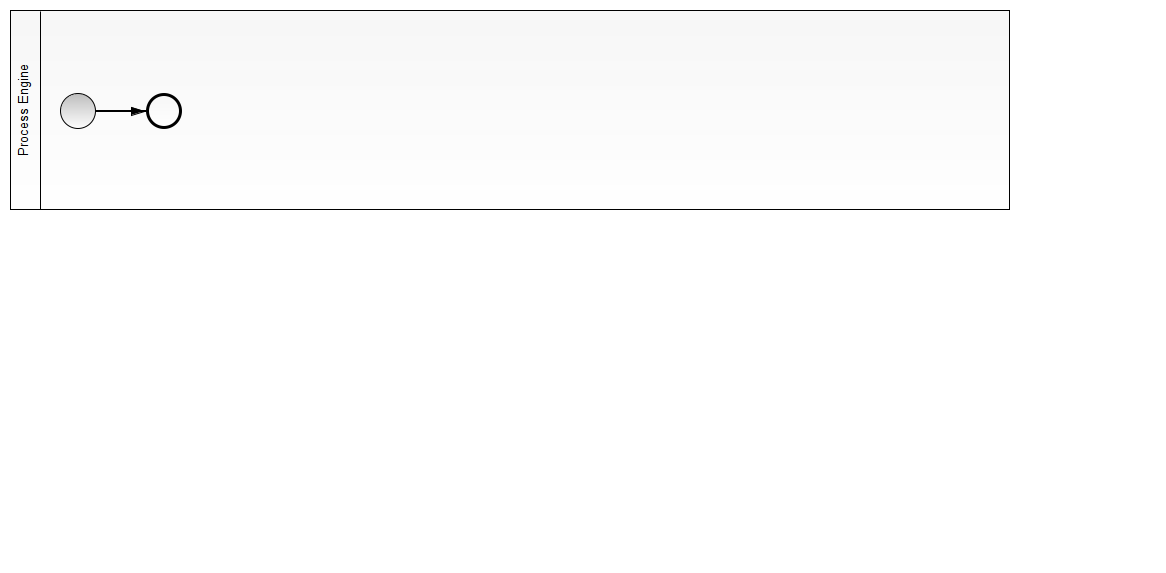
Earlier version of the BPMN export snippets/twitter-qa/src/main/resources/process.png (camunda-consulting/camunda-7-code-examples). Its source is kept beside it as snippets/twitter-qa/src/main/resources/process.bpmn. Ids are renumbered. Its diagram source:
```xml
<bpmn2:definitions xmlns:xsi="http://www.w3.org/2001/XMLSchema-instance" xmlns:bpmn2="http://www.omg.org/spec/BPMN/20100524/MODEL" xmlns:bpmndi="http://www.omg.org/spec/BPMN/20100524/DI" xmlns:camunda="http://activiti.org/bpmn" xmlns:dc="http://www.omg.org/spec/DD/20100524/DC" xmlns:di="http://www.omg.org/spec/DD/20100524/DI" xsi:schemaLocation="http://www.omg.org/spec/BPMN/20100524/MODEL BPMN20.xsd" id="Definitions_1" exporter="camunda modeler" exporterVersion="2.7.0" targetNamespace="http://www.example.org/bpmn">
  <bpmn2:collaboration id="Collaboration_1" name="Default Collaboration">
    <bpmn2:participant id="Process_Engine" name="Process Engine" processRef="twitter-qa"/>
  </bpmn2:collaboration>
  <bpmn2:process id="twitter-qa" name="twitter-qa" isExecutable="true">
    <bpmn2:startEvent id="StartEvent_1" name="Tweet written">
      <bpmn2:extensionElements>
        <camunda:formData>
          <camunda:formField id="content" label="Tweet" type="string"/>
        </camunda:formData>
      </bpmn2:extensionElements>
      <bpmn2:outgoing>SequenceFlow_2</bpmn2:outgoing>
    </bpmn2:startEvent>
    <bpmn2:endEvent id="EndEvent_1" name="Tweet handled">
      <bpmn2:incoming>SequenceFlow_8</bpmn2:incoming>
    </bpmn2:endEvent>
    <bpmn2:manualTask id="UserTask_1" camunda:candidateGroups="management" name="Review Tweet">
      <bpmn2:extensionElements>
        <camunda:formData>
          <camunda:formField id="content" label="Tweet" type="string">
            <camunda:validation>
              <camunda:constraint name="readonly"/>
            </camunda:validation>
          </camunda:formField>
          <camunda:formField id="approved" label="Approved" type="boolean"/>
        </camunda:formData>
      </bpmn2:extensionElements>
      <bpmn2:incoming>SequenceFlow_2</bpmn2:incoming>
      <bpmn2:outgoing>SequenceFlow_3</bpmn2:outgoing>
    </bpmn2:manualTask>
    <bpmn2:sequenceFlow id="SequenceFlow_2" name="" sourceRef="StartEvent_1" targetRef="UserTask_1"/>
    <bpmn2:exclusiveGateway id="ExclusiveGateway_1" name="Approved?">
      <bpmn2:incoming>SequenceFlow_3</bpmn2:incoming>
      <bpmn2:outgoing>SequenceFlow_4</bpmn2:outgoing>
      <bpmn2:outgoing>SequenceFlow_5</bpmn2:outgoing>
    </bpmn2:exclusiveGateway>
    <bpmn2:sequenceFlow id="SequenceFlow_3" name="" sourceRef="UserTask_1" targetRef="ExclusiveGateway_1"/>
    <bpmn2:serviceTask id="ServiceTask_1" camunda:class="com.camunda.training.twitterQa.CreateTweetDelegate" name="Publish on Twitter">
      <bpmn2:incoming>SequenceFlow_4</bpmn2:incoming>
      <bpmn2:outgoing>SequenceFlow_7</bpmn2:outgoing>
    </bpmn2:serviceTask>
    <bpmn2:sequenceFlow id="SequenceFlow_4" name="yes" sourceRef="ExclusiveGateway_1" targetRef="ServiceTask_1">
      <bpmn2:conditionExpression xsi:type="bpmn2:tFormalExpression">${true}</bpmn2:conditionExpression>
    </bpmn2:sequenceFlow>
    <bpmn2:scriptTask id="ServiceTask_2" name="Send rejection notfication" scriptFormat="JavaScript">
      <bpmn2:incoming>SequenceFlow_5</bpmn2:incoming>
      <bpmn2:outgoing>SequenceFlow_6</bpmn2:outgoing>
      <bpmn2:script>println('Send rejection notification');</bpmn2:script>
    </bpmn2:scriptTask>
    <bpmn2:sequenceFlow id="SequenceFlow_5" name="no" sourceRef="ExclusiveGateway_1" targetRef="ServiceTask_2">
      <bpmn2:conditionExpression xsi:type="bpmn2:tFormalExpression">${false}</bpmn2:conditionExpression>
    </bpmn2:sequenceFlow>
    <bpmn2:exclusiveGateway id="ExclusiveGateway_2">
      <bpmn2:incoming>SequenceFlow_6</bpmn2:incoming>
      <bpmn2:incoming>SequenceFlow_7</bpmn2:incoming>
      <bpmn2:outgoing>SequenceFlow_8</bpmn2:outgoing>
    </bpmn2:exclusiveGateway>
    <bpmn2:sequenceFlow id="SequenceFlow_6" name="" sourceRef="ServiceTask_2" targetRef="ExclusiveGateway_2"/>
    <bpmn2:sequenceFlow id="SequenceFlow_7" name="" sourceRef="ServiceTask_1" targetRef="ExclusiveGateway_2"/>
    <bpmn2:sequenceFlow id="SequenceFlow_8" name="" sourceRef="ExclusiveGateway_2" targetRef="EndEvent_1"/>
  </bpmn2:process>
  <bpmndi:BPMNDiagram id="BPMNDiagram_1" name="Default Collaboration Diagram">
    <bpmndi:BPMNPlane id="BPMNPlane_1" bpmnElement="Collaboration_1">
      <bpmndi:BPMNShape id="BPMNShape_1" bpmnElement="Process_Engine" isHorizontal="true">
        <dc:Bounds height="231.0" width="783.0" x="10.0" y="10.0"/>
      </bpmndi:BPMNShape>
      <bpmndi:BPMNShape id="BPMNShape_StartEvent_1" bpmnElement="StartEvent_1">
        <dc:Bounds height="36.0" width="36.0" x="75.0" y="109.0"/>
        <bpmndi:BPMNLabel>
          <dc:Bounds height="22.0" width="82.0" x="55.0" y="147.0"/>
        </bpmndi:BPMNLabel>
      </bpmndi:BPMNShape>
      <bpmndi:BPMNShape id="BPMNShape_EndEvent_1" bpmnElement="EndEvent_1">
        <dc:Bounds height="36.0" width="36.0" x="675.0" y="109.0"/>
        <bpmndi:BPMNLabel>
          <dc:Bounds height="22.0" width="89.0" x="652.0" y="147.0"/>
        </bpmndi:BPMNLabel>
      </bpmndi:BPMNShape>
      <bpmndi:BPMNShape id="_BPMNShape_Task_2" bpmnElement="UserTask_1">
        <dc:Bounds height="80.0" width="100.0" x="161.0" y="87.0"/>
      </bpmndi:BPMNShape>
      <bpmndi:BPMNEdge id="BPMNEdge_SequenceFlow_2" bpmnElement="SequenceFlow_2" sourceElement="BPMNShape_StartEvent_1" targetElement="_BPMNShape_Task_2">
        <di:waypoint xsi:type="dc:Point" x="111.0" y="127.0"/>
        <di:waypoint xsi:type="dc:Point" x="161.0" y="127.0"/>
        <bpmndi:BPMNLabel>
          <dc:Bounds height="6.0" width="6.0" x="133.0" y="127.0"/>
        </bpmndi:BPMNLabel>
      </bpmndi:BPMNEdge>
      <bpmndi:BPMNShape id="_BPMNShape_ExclusiveGateway_2" bpmnElement="ExclusiveGateway_1" isMarkerVisible="true">
        <dc:Bounds height="50.0" width="50.0" x="311.0" y="102.0"/>
        <bpmndi:BPMNLabel>
          <dc:Bounds height="22.0" width="66.0" x="363.0" y="117.0"/>
        </bpmndi:BPMNLabel>
      </bpmndi:BPMNShape>
      <bpmndi:BPMNEdge id="BPMNEdge_SequenceFlow_3" bpmnElement="SequenceFlow_3" sourceElement="_BPMNShape_Task_2" targetElement="_BPMNShape_ExclusiveGateway_2">
        <di:waypoint xsi:type="dc:Point" x="261.0" y="127.0"/>
        <di:waypoint xsi:type="dc:Point" x="311.0" y="127.0"/>
        <bpmndi:BPMNLabel>
          <dc:Bounds height="6.0" width="6.0" x="283.0" y="127.0"/>
        </bpmndi:BPMNLabel>
      </bpmndi:BPMNEdge>
      <bpmndi:BPMNShape id="_BPMNShape_ServiceTask_2" bpmnElement="ServiceTask_1">
        <dc:Bounds height="80.0" width="100.0" x="411.0" y="144.0"/>
      </bpmndi:BPMNShape>
      <bpmndi:BPMNEdge id="BPMNEdge_SequenceFlow_4" bpmnElement="SequenceFlow_4" sourceElement="_BPMNShape_ExclusiveGateway_2" targetElement="_BPMNShape_ServiceTask_2">
        <di:waypoint xsi:type="dc:Point" x="336.0" y="152.0"/>
        <di:waypoint xsi:type="dc:Point" x="336.0" y="184.0"/>
        <di:waypoint xsi:type="dc:Point" x="386.0" y="184.0"/>
        <di:waypoint xsi:type="dc:Point" x="411.0" y="184.0"/>
        <bpmndi:BPMNLabel>
          <dc:Bounds height="22.0" width="27.0" x="323.0" y="177.0"/>
        </bpmndi:BPMNLabel>
      </bpmndi:BPMNEdge>
      <bpmndi:BPMNShape id="_BPMNShape_ServiceTask_3" bpmnElement="ServiceTask_2">
        <dc:Bounds height="80.0" width="100.0" x="411.0" y="30.0"/>
      </bpmndi:BPMNShape>
      <bpmndi:BPMNEdge id="BPMNEdge_SequenceFlow_5" bpmnElement="SequenceFlow_5" sourceElement="_BPMNShape_ExclusiveGateway_2" targetElement="_BPMNShape_ServiceTask_3">
        <di:waypoint xsi:type="dc:Point" x="336.0" y="102.0"/>
        <di:waypoint xsi:type="dc:Point" x="336.0" y="70.0"/>
        <di:waypoint xsi:type="dc:Point" x="386.0" y="70.0"/>
        <di:waypoint xsi:type="dc:Point" x="411.0" y="70.0"/>
        <bpmndi:BPMNLabel>
          <dc:Bounds height="22.0" width="20.0" x="344.0" y="70.0"/>
        </bpmndi:BPMNLabel>
      </bpmndi:BPMNEdge>
      <bpmndi:BPMNShape id="_BPMNShape_ExclusiveGateway_3" bpmnElement="ExclusiveGateway_2" isMarkerVisible="true">
        <dc:Bounds height="50.0" width="50.0" x="555.0" y="101.0"/>
        <bpmndi:BPMNLabel>
          <dc:Bounds height="0.0" width="0.0" x="580.0" y="156.0"/>
        </bpmndi:BPMNLabel>
      </bpmndi:BPMNShape>
      <bpmndi:BPMNEdge id="BPMNEdge_SequenceFlow_6" bpmnElement="SequenceFlow_6" sourceElement="_BPMNShape_ServiceTask_3" targetElement="_BPMNShape_ExclusiveGateway_3">
        <di:waypoint xsi:type="dc:Point" x="511.0" y="70.0"/>
        <di:waypoint xsi:type="dc:Point" x="539.0" y="70.0"/>
        <di:waypoint xsi:type="dc:Point" x="580.0" y="70.0"/>
        <di:waypoint xsi:type="dc:Point" x="580.0" y="101.0"/>
        <bpmndi:BPMNLabel>
          <dc:Bounds height="6.0" width="6.0" x="533.0" y="70.0"/>
        </bpmndi:BPMNLabel>
      </bpmndi:BPMNEdge>
      <bpmndi:BPMNEdge id="BPMNEdge_SequenceFlow_7" bpmnElement="SequenceFlow_7" sourceElement="_BPMNShape_ServiceTask_2" targetElement="_BPMNShape_ExclusiveGateway_3">
        <di:waypoint xsi:type="dc:Point" x="511.0" y="184.0"/>
        <di:waypoint xsi:type="dc:Point" x="539.0" y="184.0"/>
        <di:waypoint xsi:type="dc:Point" x="580.0" y="184.0"/>
        <di:waypoint xsi:type="dc:Point" x="580.0" y="151.0"/>
        <bpmndi:BPMNLabel>
          <dc:Bounds height="6.0" width="6.0" x="565.0" y="184.0"/>
        </bpmndi:BPMNLabel>
      </bpmndi:BPMNEdge>
      <bpmndi:BPMNEdge id="BPMNEdge_SequenceFlow_8" bpmnElement="SequenceFlow_8" sourceElement="_BPMNShape_ExclusiveGateway_3" targetElement="BPMNShape_EndEvent_1">
        <di:waypoint xsi:type="dc:Point" x="605.0" y="126.0"/>
        <di:waypoint xsi:type="dc:Point" x="646.0" y="126.0"/>
        <di:waypoint xsi:type="dc:Point" x="675.0" y="127.0"/>
        <bpmndi:BPMNLabel>
          <dc:Bounds height="6.0" width="6.0" x="632.0" y="126.0"/>
        </bpmndi:BPMNLabel>
      </bpmndi:BPMNEdge>
    </bpmndi:BPMNPlane>
  </bpmndi:BPMNDiagram>
</bpmn2:definitions>
```
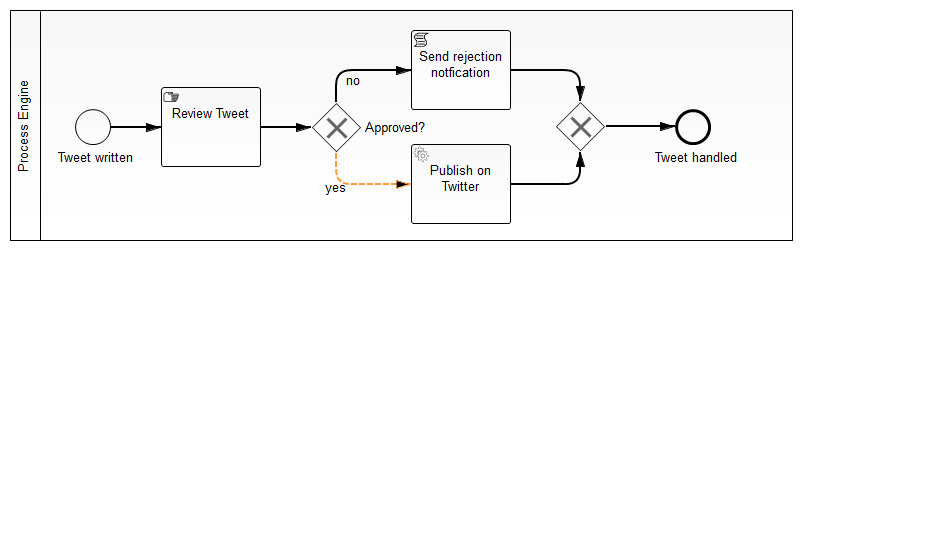
Above is the later version.

The edit, as a diff of the source:
```diff
@@ -40,7 +40,7 @@
       <bpmn2:outgoing>SequenceFlow_7</bpmn2:outgoing>
     </bpmn2:serviceTask>
     <bpmn2:sequenceFlow id="SequenceFlow_4" name="yes" sourceRef="ExclusiveGateway_1" targetRef="ServiceTask_1">
-      <bpmn2:conditionExpression xsi:type="bpmn2:tFormalExpression">${true}</bpmn2:conditionExpression>
+      <bpmn2:conditionExpression xsi:type="bpmn2:tFormalExpression">${approved}</bpmn2:conditionExpression>
     </bpmn2:sequenceFlow>
     <bpmn2:scriptTask id="ServiceTask_2" name="Send rejection notfication" scriptFormat="JavaScript">
       <bpmn2:incoming>SequenceFlow_5</bpmn2:incoming>
@@ -48,7 +48,7 @@
       <bpmn2:script>println('Send rejection notification');</bpmn2:script>
     </bpmn2:scriptTask>
     <bpmn2:sequenceFlow id="SequenceFlow_5" name="no" sourceRef="ExclusiveGateway_1" targetRef="ServiceTask_2">
-      <bpmn2:conditionExpression xsi:type="bpmn2:tFormalExpression">${false}</bpmn2:conditionExpression>
+      <bpmn2:conditionExpression xsi:type="bpmn2:tFormalExpression">${!approved}</bpmn2:conditionExpression>
     </bpmn2:sequenceFlow>
     <bpmn2:exclusiveGateway id="ExclusiveGateway_2">
       <bpmn2:incoming>SequenceFlow_6</bpmn2:incoming>
```
